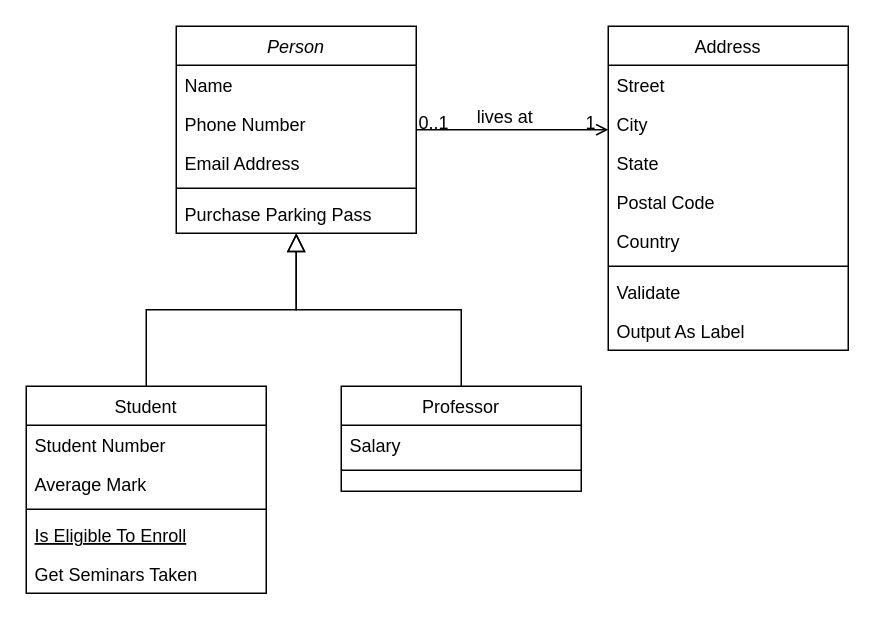
Above: mochi-wild.drawio in chinen716/mochi-wild (draw.io), before the change. Source tidied: cells renumbered, new cells numbered last; positions are measured from the earlier drawing's top-left corner, leaving out a move shared by most shapes. Both pictures are drawn from the tidied source at 150%, with x=0, y=0 at pixel (26, 26).
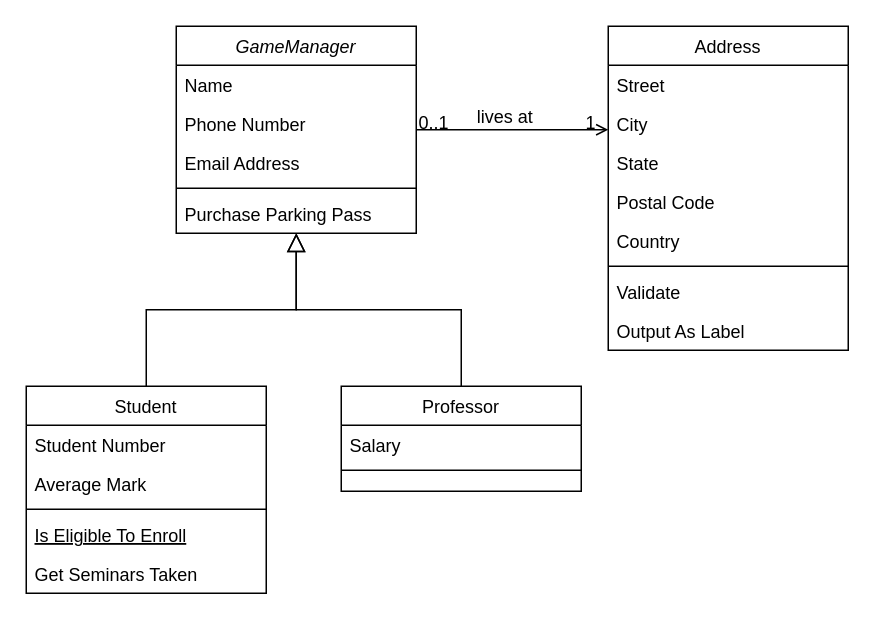
The same diagram, later.

Commit message (it also covers changes not shown here):
mochi-wild.drawio を更新します

Change to the diagram source:
```diff
@@
-    <mxCell id="2" value="Person" style="swimlane;fontStyle=2;align=center;verticalAlign=top;horizontal=1;startSize=26;rounded=0;shadow=0;strokeWidth=1;" parent="1" vertex="1">
+    <mxCell id="2" value="GameManager" style="swimlane;fontStyle=2;align=center;verticalAlign=top;horizontal=1;startSize=26;rounded=0;shadow=0;strokeWidth=1;" parent="1" vertex="1">
       <mxGeometry x="100" width="160" height="138" as="geometry" />
     </mxCell>
```
